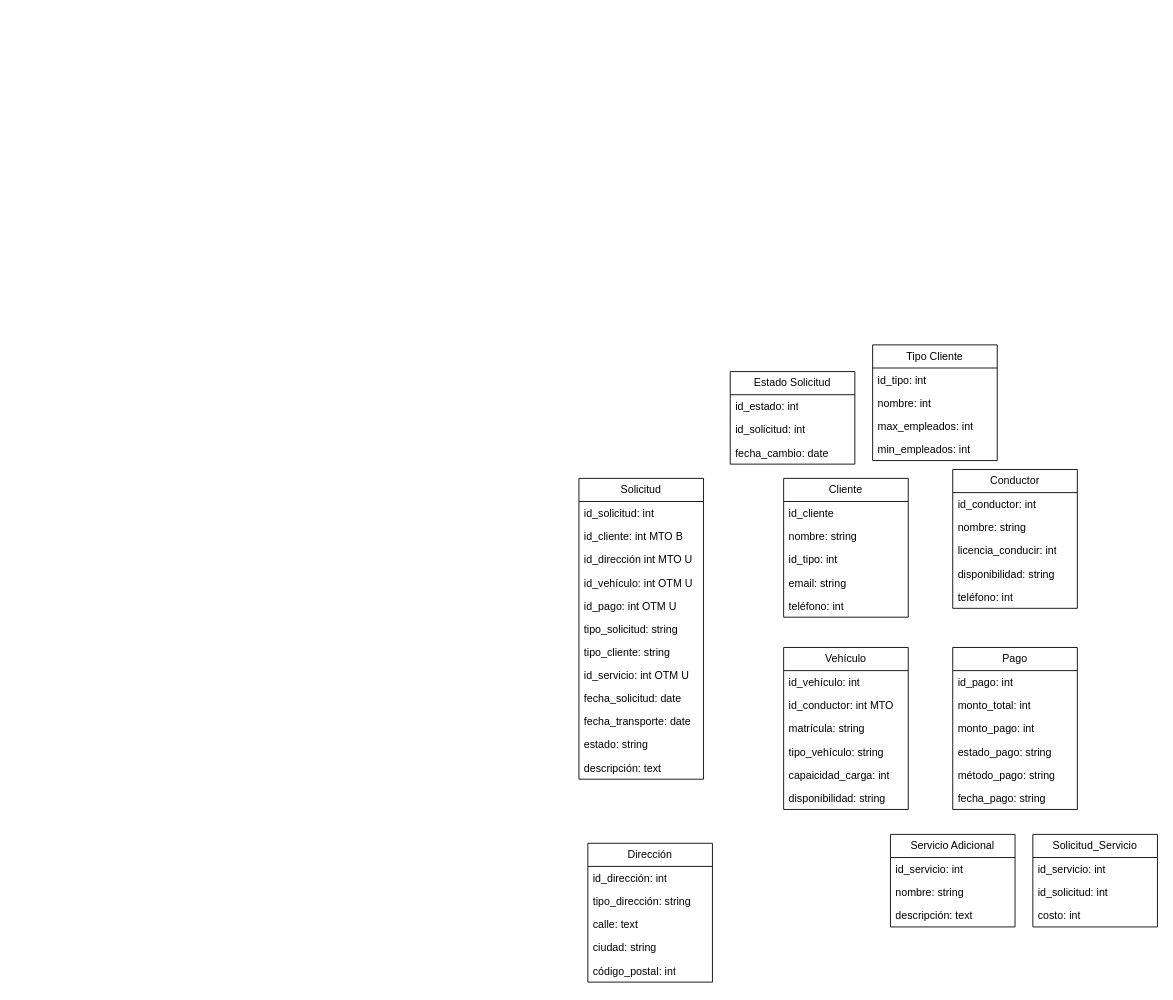
Earlier version of the draw.io diagram Fletered.drawio (Vedgge/WormSync). Source tidied: cells renumbered, new cells numbered last; positions are measured from the earlier drawing's top-left corner, leaving out a move shared by most shapes. Both pictures are drawn from the tidied source at 89%, with x=0, y=0 at pixel (578, 344).
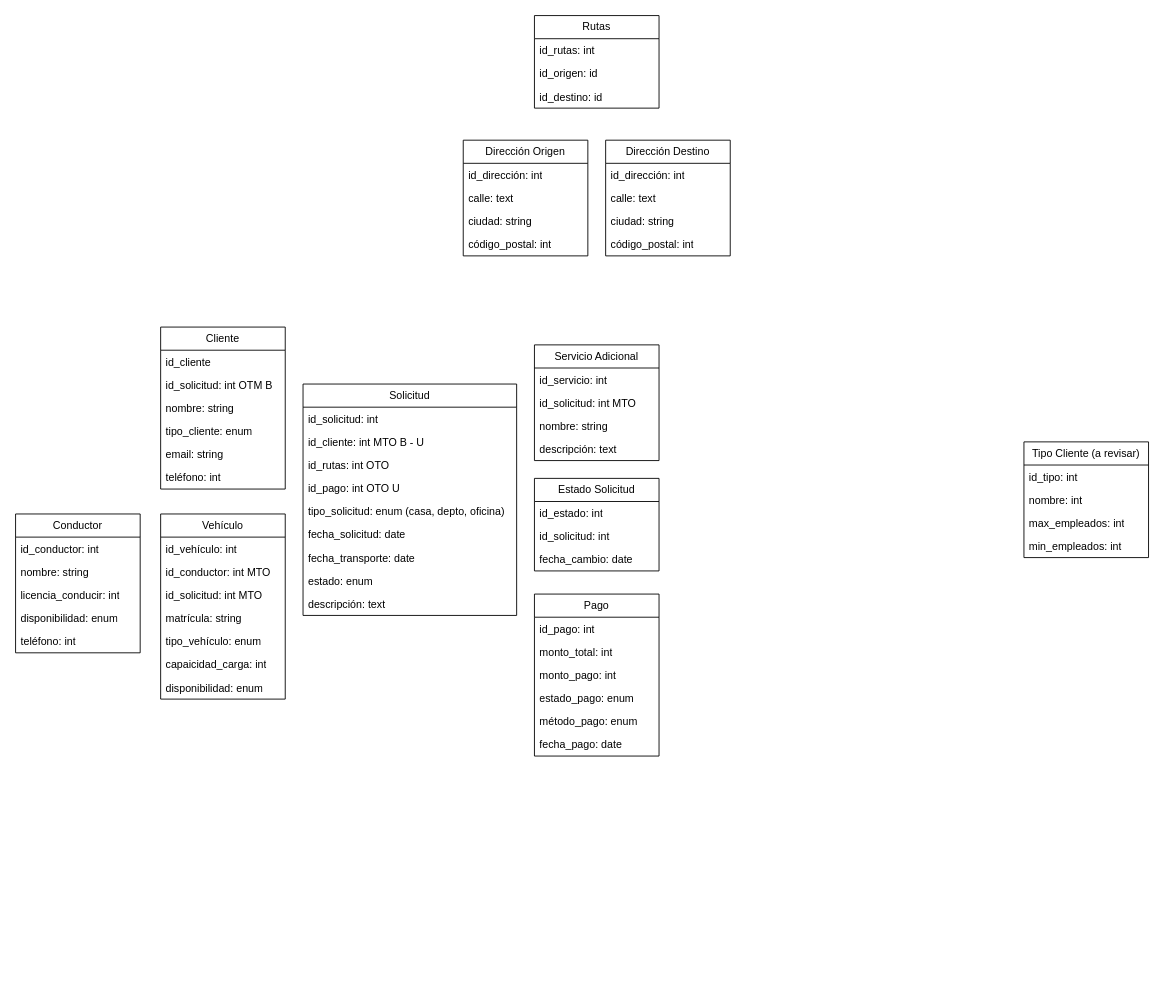
The same diagram, later.

Change to the diagram source:
```diff
@@
     <mxCell id="2" value="Solicitud" style="swimlane;fontStyle=0;horizontal=1;startSize=26;fillColor=none;whiteSpace=wrap;html=1;" parent="1" vertex="1">
-      <mxGeometry y="150" width="140" height="338" as="geometry" />
+      <mxGeometry x="-310" y="44" width="240" height="260" as="geometry" />
     </mxCell>
     <mxCell id="3" value="id_solicitud: int" style="text;strokeColor=none;fillColor=none;align=left;verticalAlign=top;spacingLeft=4;spacingRight=4;overflow=hidden;whiteSpace=wrap;html=1;" parent="2" vertex="1">
-      <mxGeometry y="26" width="140" height="26" as="geometry" />
+      <mxGeometry y="26" width="240" height="26" as="geometry" />
     </mxCell>
-    <mxCell id="4" value="id_cliente: int MTO B" style="text;strokeColor=none;fillColor=none;align=left;verticalAlign=top;spacingLeft=4;spacingRight=4;overflow=hidden;whiteSpace=wrap;html=1;" parent="2" vertex="1">
-      <mxGeometry y="52" width="140" height="26" as="geometry" />
+    <mxCell id="4" value="id_cliente: int MTO B - U" style="text;strokeColor=none;fillColor=none;align=left;verticalAlign=top;spacingLeft=4;spacingRight=4;overflow=hidden;whiteSpace=wrap;html=1;" parent="2" vertex="1">
+      <mxGeometry y="52" width="240" height="26" as="geometry" />
     </mxCell>
-    <mxCell id="5" value="id_dirección int MTO U" style="text;strokeColor=none;fillColor=none;align=left;verticalAlign=top;spacingLeft=4;spacingRight=4;overflow=hidden;whiteSpace=wrap;html=1;" parent="2" vertex="1">
-      <mxGeometry y="78" width="140" height="26" as="geometry" />
-    </mxCell>
-    <mxCell id="6" value="id_vehículo: int OTM U" style="text;strokeColor=none;fillColor=none;align=left;verticalAlign=top;spacingLeft=4;spacingRight=4;overflow=hidden;whiteSpace=wrap;html=1;" parent="2" vertex="1">
-      <mxGeometry y="104" width="140" height="26" as="geometry" />
-    </mxCell>
+    <mxCell id="64" value="id_rutas: int OTO" style="text;strokeColor=none;fillColor=none;align=left;verticalAlign=top;spacingLeft=4;spacingRight=4;overflow=hidden;whiteSpace=wrap;html=1;" parent="2" vertex="1">
+      <mxGeometry y="78" width="240" height="26" as="geometry" />
+    </mxCell>
-    <mxCell id="7" value="id_pago: int OTM U" style="text;strokeColor=none;fillColor=none;align=left;verticalAlign=top;spacingLeft=4;spacingRight=4;overflow=hidden;whiteSpace=wrap;html=1;" parent="2" vertex="1">
-      <mxGeometry y="130" width="140" height="26" as="geometry" />
+    <mxCell id="7" value="id_pago: int OTO U" style="text;strokeColor=none;fillColor=none;align=left;verticalAlign=top;spacingLeft=4;spacingRight=4;overflow=hidden;whiteSpace=wrap;html=1;" parent="2" vertex="1">
+      <mxGeometry y="104" width="240" height="26" as="geometry" />
     </mxCell>
-    <mxCell id="8" value="tipo_solicitud: string" style="text;strokeColor=none;fillColor=none;align=left;verticalAlign=top;spacingLeft=4;spacingRight=4;overflow=hidden;whiteSpace=wrap;html=1;" parent="2" vertex="1">
-      <mxGeometry y="156" width="140" height="26" as="geometry" />
+    <mxCell id="8" value="tipo_solicitud: enum (casa, depto, oficina)" style="text;strokeColor=none;fillColor=none;align=left;verticalAlign=top;spacingLeft=4;spacingRight=4;overflow=hidden;whiteSpace=wrap;html=1;" parent="2" vertex="1">
+      <mxGeometry y="130" width="240" height="26" as="geometry" />
     </mxCell>
-    <mxCell id="9" value="tipo_cliente: string&amp;nbsp;" style="text;strokeColor=none;fillColor=none;align=left;verticalAlign=top;spacingLeft=4;spacingRight=4;overflow=hidden;whiteSpace=wrap;html=1;" parent="2" vertex="1">
-      <mxGeometry y="182" width="140" height="26" as="geometry" />
-    </mxCell>
-    <mxCell id="10" value="id_servicio: int OTM U" style="text;strokeColor=none;fillColor=none;align=left;verticalAlign=top;spacingLeft=4;spacingRight=4;overflow=hidden;whiteSpace=wrap;html=1;" parent="2" vertex="1">
-      <mxGeometry y="208" width="140" height="26" as="geometry" />
-    </mxCell>
     <mxCell id="11" value="fecha_solicitud: date" style="text;strokeColor=none;fillColor=none;align=left;verticalAlign=top;spacingLeft=4;spacingRight=4;overflow=hidden;whiteSpace=wrap;html=1;" parent="2" vertex="1">
-      <mxGeometry y="234" width="140" height="26" as="geometry" />
+      <mxGeometry y="156" width="240" height="26" as="geometry" />
     </mxCell>
     <mxCell id="12" value="fecha_transporte: date" style="text;strokeColor=none;fillColor=none;align=left;verticalAlign=top;spacingLeft=4;spacingRight=4;overflow=hidden;whiteSpace=wrap;html=1;" parent="2" vertex="1">
-      <mxGeometry y="260" width="140" height="26" as="geometry" />
+      <mxGeometry y="182" width="240" height="26" as="geometry" />
     </mxCell>
-    <mxCell id="13" value="estado: string" style="text;strokeColor=none;fillColor=none;align=left;verticalAlign=top;spacingLeft=4;spacingRight=4;overflow=hidden;whiteSpace=wrap;html=1;" parent="2" vertex="1">
-      <mxGeometry y="286" width="140" height="26" as="geometry" />
+    <mxCell id="13" value="estado: enum" style="text;strokeColor=none;fillColor=none;align=left;verticalAlign=top;spacingLeft=4;spacingRight=4;overflow=hidden;whiteSpace=wrap;html=1;" parent="2" vertex="1">
+      <mxGeometry y="208" width="240" height="26" as="geometry" />
     </mxCell>
     <mxCell id="14" value="descripción: text" style="text;strokeColor=none;fillColor=none;align=left;verticalAlign=top;spacingLeft=4;spacingRight=4;overflow=hidden;whiteSpace=wrap;html=1;" parent="2" vertex="1">
-      <mxGeometry y="312" width="140" height="26" as="geometry" />
+      <mxGeometry y="234" width="240" height="26" as="geometry" />
     </mxCell>
     <mxCell id="15" value="Cliente" style="swimlane;fontStyle=0;horizontal=1;startSize=26;fillColor=none;whiteSpace=wrap;html=1;" parent="1" vertex="1">
-      <mxGeometry x="230" y="150" width="140" height="156" as="geometry" />
+      <mxGeometry x="-470" y="-20" width="140" height="182" as="geometry" />
     </mxCell>
+    <mxCell id="65" value="id_cliente" style="text;strokeColor=none;fillColor=none;align=left;verticalAlign=top;spacingLeft=4;spacingRight=4;overflow=hidden;whiteSpace=wrap;html=1;" parent="15" vertex="1">
+      <mxGeometry y="26" width="140" height="26" as="geometry" />
+    </mxCell>
-    <mxCell id="16" value="id_cliente" style="text;strokeColor=none;fillColor=none;align=left;verticalAlign=top;spacingLeft=4;spacingRight=4;overflow=hidden;whiteSpace=wrap;html=1;" parent="15" vertex="1">
-      <mxGeometry y="26" width="140" height="26" as="geometry" />
+    <mxCell id="16" value="id_solicitud: int OTM B" style="text;strokeColor=none;fillColor=none;align=left;verticalAlign=top;spacingLeft=4;spacingRight=4;overflow=hidden;whiteSpace=wrap;html=1;" parent="15" vertex="1">
+      <mxGeometry y="52" width="140" height="26" as="geometry" />
     </mxCell>
     <mxCell id="17" value="nombre: string" style="text;strokeColor=none;fillColor=none;align=left;verticalAlign=top;spacingLeft=4;spacingRight=4;overflow=hidden;whiteSpace=wrap;html=1;" parent="15" vertex="1">
-      <mxGeometry y="52" width="140" height="26" as="geometry" />
+      <mxGeometry y="78" width="140" height="26" as="geometry" />
     </mxCell>
-    <mxCell id="18" value="id_tipo: int" style="text;strokeColor=none;fillColor=none;align=left;verticalAlign=top;spacingLeft=4;spacingRight=4;overflow=hidden;whiteSpace=wrap;html=1;" parent="15" vertex="1">
-      <mxGeometry y="78" width="140" height="26" as="geometry" />
+    <mxCell id="18" value="tipo_cliente: enum" style="text;strokeColor=none;fillColor=none;align=left;verticalAlign=top;spacingLeft=4;spacingRight=4;overflow=hidden;whiteSpace=wrap;html=1;" parent="15" vertex="1">
+      <mxGeometry y="104" width="140" height="26" as="geometry" />
     </mxCell>
     <mxCell id="19" value="email: string" style="text;strokeColor=none;fillColor=none;align=left;verticalAlign=top;spacingLeft=4;spacingRight=4;overflow=hidden;whiteSpace=wrap;html=1;" parent="15" vertex="1">
-      <mxGeometry y="104" width="140" height="26" as="geometry" />
+      <mxGeometry y="130" width="140" height="26" as="geometry" />
     </mxCell>
     <mxCell id="20" value="teléfono: int" style="text;strokeColor=none;fillColor=none;align=left;verticalAlign=top;spacingLeft=4;spacingRight=4;overflow=hidden;whiteSpace=wrap;html=1;" parent="15" vertex="1">
-      <mxGeometry y="130" width="140" height="26" as="geometry" />
+      <mxGeometry y="156" width="140" height="26" as="geometry" />
     </mxCell>
     <mxCell id="21" value="Conductor" style="swimlane;fontStyle=0;horizontal=1;startSize=26;fillColor=none;whiteSpace=wrap;html=1;" parent="1" vertex="1">
-      <mxGeometry x="420" y="140" width="140" height="156" as="geometry" />
+      <mxGeometry x="-633" y="190" width="140" height="156" as="geometry" />
     </mxCell>
@@
-    <mxCell id="25" value="disponibilidad: string" style="text;strokeColor=none;fillColor=none;align=left;verticalAlign=top;spacingLeft=4;spacingRight=4;overflow=hidden;whiteSpace=wrap;html=1;" parent="21" vertex="1">
+    <mxCell id="25" value="disponibilidad: enum" style="text;strokeColor=none;fillColor=none;align=left;verticalAlign=top;spacingLeft=4;spacingRight=4;overflow=hidden;whiteSpace=wrap;html=1;" parent="21" vertex="1">
       <mxGeometry y="104" width="140" height="26" as="geometry" />
     </mxCell>
@@
     <mxCell id="27" value="Vehículo" style="swimlane;fontStyle=0;horizontal=1;startSize=26;fillColor=none;whiteSpace=wrap;html=1;" parent="1" vertex="1">
-      <mxGeometry x="230" y="340" width="140" height="182" as="geometry" />
+      <mxGeometry x="-470" y="190" width="140" height="208" as="geometry" />
     </mxCell>
@@
+    <mxCell id="66" value="id_conductor: int MTO" style="text;strokeColor=none;fillColor=none;align=left;verticalAlign=top;spacingLeft=4;spacingRight=4;overflow=hidden;whiteSpace=wrap;html=1;" parent="27" vertex="1">
+      <mxGeometry y="52" width="140" height="26" as="geometry" />
+    </mxCell>
-    <mxCell id="29" value="id_conductor: int MTO" style="text;strokeColor=none;fillColor=none;align=left;verticalAlign=top;spacingLeft=4;spacingRight=4;overflow=hidden;whiteSpace=wrap;html=1;" parent="27" vertex="1">
-      <mxGeometry y="52" width="140" height="26" as="geometry" />
+    <mxCell id="29" value="id_solicitud: int MTO" style="text;strokeColor=none;fillColor=none;align=left;verticalAlign=top;spacingLeft=4;spacingRight=4;overflow=hidden;whiteSpace=wrap;html=1;" parent="27" vertex="1">
+      <mxGeometry y="78" width="140" height="26" as="geometry" />
     </mxCell>
     <mxCell id="30" value="matrícula: string" style="text;strokeColor=none;fillColor=none;align=left;verticalAlign=top;spacingLeft=4;spacingRight=4;overflow=hidden;whiteSpace=wrap;html=1;" parent="27" vertex="1">
-      <mxGeometry y="78" width="140" height="26" as="geometry" />
+      <mxGeometry y="104" width="140" height="26" as="geometry" />
     </mxCell>
-    <mxCell id="31" value="tipo_vehículo: string" style="text;strokeColor=none;fillColor=none;align=left;verticalAlign=top;spacingLeft=4;spacingRight=4;overflow=hidden;whiteSpace=wrap;html=1;" parent="27" vertex="1">
-      <mxGeometry y="104" width="140" height="26" as="geometry" />
+    <mxCell id="31" value="tipo_vehículo: enum" style="text;strokeColor=none;fillColor=none;align=left;verticalAlign=top;spacingLeft=4;spacingRight=4;overflow=hidden;whiteSpace=wrap;html=1;" parent="27" vertex="1">
+      <mxGeometry y="130" width="140" height="26" as="geometry" />
     </mxCell>
     <mxCell id="32" value="capaicidad_carga: int" style="text;strokeColor=none;fillColor=none;align=left;verticalAlign=top;spacingLeft=4;spacingRight=4;overflow=hidden;whiteSpace=wrap;html=1;" parent="27" vertex="1">
-      <mxGeometry y="130" width="140" height="26" as="geometry" />
+      <mxGeometry y="156" width="140" height="26" as="geometry" />
     </mxCell>
-    <mxCell id="33" value="disponibilidad: string" style="text;strokeColor=none;fillColor=none;align=left;verticalAlign=top;spacingLeft=4;spacingRight=4;overflow=hidden;whiteSpace=wrap;html=1;" parent="27" vertex="1">
-      <mxGeometry y="156" width="140" height="26" as="geometry" />
+    <mxCell id="33" value="disponibilidad: enum" style="text;strokeColor=none;fillColor=none;align=left;verticalAlign=top;spacingLeft=4;spacingRight=4;overflow=hidden;whiteSpace=wrap;html=1;" parent="27" vertex="1">
+      <mxGeometry y="182" width="140" height="26" as="geometry" />
     </mxCell>
     <mxCell id="34" value="Pago" style="swimlane;fontStyle=0;horizontal=1;startSize=26;fillColor=none;whiteSpace=wrap;html=1;" parent="1" vertex="1">
-      <mxGeometry x="420" y="340" width="140" height="182" as="geometry" />
+      <mxGeometry x="-50" y="280" width="140" height="182" as="geometry" />
     </mxCell>
@@
-    <mxCell id="38" value="estado_pago: string" style="text;strokeColor=none;fillColor=none;align=left;verticalAlign=top;spacingLeft=4;spacingRight=4;overflow=hidden;whiteSpace=wrap;html=1;" parent="34" vertex="1">
+    <mxCell id="38" value="estado_pago: enum" style="text;strokeColor=none;fillColor=none;align=left;verticalAlign=top;spacingLeft=4;spacingRight=4;overflow=hidden;whiteSpace=wrap;html=1;" parent="34" vertex="1">
       <mxGeometry y="104" width="140" height="26" as="geometry" />
     </mxCell>
-    <mxCell id="39" value="método_pago: string" style="text;strokeColor=none;fillColor=none;align=left;verticalAlign=top;spacingLeft=4;spacingRight=4;overflow=hidden;whiteSpace=wrap;html=1;" parent="34" vertex="1">
+    <mxCell id="39" value="método_pago: enum" style="text;strokeColor=none;fillColor=none;align=left;verticalAlign=top;spacingLeft=4;spacingRight=4;overflow=hidden;whiteSpace=wrap;html=1;" parent="34" vertex="1">
       <mxGeometry y="130" width="140" height="26" as="geometry" />
     </mxCell>
-    <mxCell id="40" value="fecha_pago: string" style="text;strokeColor=none;fillColor=none;align=left;verticalAlign=top;spacingLeft=4;spacingRight=4;overflow=hidden;whiteSpace=wrap;html=1;" parent="34" vertex="1">
+    <mxCell id="40" value="fecha_pago: date" style="text;strokeColor=none;fillColor=none;align=left;verticalAlign=top;spacingLeft=4;spacingRight=4;overflow=hidden;whiteSpace=wrap;html=1;" parent="34" vertex="1">
       <mxGeometry y="156" width="140" height="26" as="geometry" />
     </mxCell>
     <mxCell id="41" value="Servicio Adicional" style="swimlane;fontStyle=0;horizontal=1;startSize=26;fillColor=none;whiteSpace=wrap;html=1;" parent="1" vertex="1">
-      <mxGeometry x="350" y="550" width="140" height="104" as="geometry" />
+      <mxGeometry x="-50" width="140" height="130" as="geometry" />
     </mxCell>
@@
+    <mxCell id="67" value="id_solicitud: int MTO" style="text;strokeColor=none;fillColor=none;align=left;verticalAlign=top;spacingLeft=4;spacingRight=4;overflow=hidden;whiteSpace=wrap;html=1;" parent="41" vertex="1">
+      <mxGeometry y="52" width="140" height="26" as="geometry" />
+    </mxCell>
     <mxCell id="43" value="nombre: string" style="text;strokeColor=none;fillColor=none;align=left;verticalAlign=top;spacingLeft=4;spacingRight=4;overflow=hidden;whiteSpace=wrap;html=1;" parent="41" vertex="1">
-      <mxGeometry y="52" width="140" height="26" as="geometry" />
+      <mxGeometry y="78" width="140" height="26" as="geometry" />
     </mxCell>
     <mxCell id="44" value="descripción: text" style="text;strokeColor=none;fillColor=none;align=left;verticalAlign=top;spacingLeft=4;spacingRight=4;overflow=hidden;whiteSpace=wrap;html=1;" parent="41" vertex="1">
-      <mxGeometry y="78" width="140" height="26" as="geometry" />
+      <mxGeometry y="104" width="140" height="26" as="geometry" />
     </mxCell>
-    <mxCell id="45" value="Dirección" style="swimlane;fontStyle=0;horizontal=1;startSize=26;fillColor=none;whiteSpace=wrap;html=1;" parent="1" vertex="1">
-      <mxGeometry x="10" y="560" width="140" height="156" as="geometry" />
+    <mxCell id="45" value="Dirección Origen" style="swimlane;fontStyle=0;horizontal=1;startSize=26;fillColor=none;whiteSpace=wrap;html=1;" parent="1" vertex="1">
+      <mxGeometry x="-130" y="-230" width="140" height="130" as="geometry" />
     </mxCell>
@@
-    <mxCell id="47" value="tipo_dirección: string" style="text;strokeColor=none;fillColor=none;align=left;verticalAlign=top;spacingLeft=4;spacingRight=4;overflow=hidden;whiteSpace=wrap;html=1;" parent="45" vertex="1">
-      <mxGeometry y="52" width="140" height="26" as="geometry" />
-    </mxCell>
     <mxCell id="48" value="calle: text" style="text;strokeColor=none;fillColor=none;align=left;verticalAlign=top;spacingLeft=4;spacingRight=4;overflow=hidden;whiteSpace=wrap;html=1;" parent="45" vertex="1">
-      <mxGeometry y="78" width="140" height="26" as="geometry" />
+      <mxGeometry y="52" width="140" height="26" as="geometry" />
     </mxCell>
     <mxCell id="49" value="ciudad: string" style="text;strokeColor=none;fillColor=none;align=left;verticalAlign=top;spacingLeft=4;spacingRight=4;overflow=hidden;whiteSpace=wrap;html=1;" parent="45" vertex="1">
-      <mxGeometry y="104" width="140" height="26" as="geometry" />
+      <mxGeometry y="78" width="140" height="26" as="geometry" />
     </mxCell>
     <mxCell id="50" value="código_postal: int" style="text;strokeColor=none;fillColor=none;align=left;verticalAlign=top;spacingLeft=4;spacingRight=4;overflow=hidden;whiteSpace=wrap;html=1;" parent="45" vertex="1">
-      <mxGeometry y="130" width="140" height="26" as="geometry" />
+      <mxGeometry y="104" width="140" height="26" as="geometry" />
     </mxCell>
-    <mxCell id="51" value="Solicitud_Servicio" style="swimlane;fontStyle=0;horizontal=1;startSize=26;fillColor=none;whiteSpace=wrap;html=1;" parent="1" vertex="1">
-      <mxGeometry x="510" y="550" width="140" height="104" as="geometry" />
-    </mxCell>
-    <mxCell id="52" value="id_servicio: int" style="text;strokeColor=none;fillColor=none;align=left;verticalAlign=top;spacingLeft=4;spacingRight=4;overflow=hidden;whiteSpace=wrap;html=1;" parent="51" vertex="1">
-      <mxGeometry y="26" width="140" height="26" as="geometry" />
-    </mxCell>
-    <mxCell id="53" value="id_solicitud: int" style="text;strokeColor=none;fillColor=none;align=left;verticalAlign=top;spacingLeft=4;spacingRight=4;overflow=hidden;whiteSpace=wrap;html=1;" parent="51" vertex="1">
-      <mxGeometry y="52" width="140" height="26" as="geometry" />
-    </mxCell>
-    <mxCell id="54" value="costo: int" style="text;strokeColor=none;fillColor=none;align=left;verticalAlign=top;spacingLeft=4;spacingRight=4;overflow=hidden;whiteSpace=wrap;html=1;" parent="51" vertex="1">
-      <mxGeometry y="78" width="140" height="26" as="geometry" />
-    </mxCell>
     <mxCell id="55" value="Estado Solicitud" style="swimlane;fontStyle=0;horizontal=1;startSize=26;fillColor=none;whiteSpace=wrap;html=1;" parent="1" vertex="1">
-      <mxGeometry x="170" y="30" width="140" height="104" as="geometry" />
+      <mxGeometry x="-50" y="150" width="140" height="104" as="geometry" />
     </mxCell>
@@
-    <mxCell id="59" value="Tipo Cliente" style="swimlane;fontStyle=0;horizontal=1;startSize=26;fillColor=none;whiteSpace=wrap;html=1;" parent="1" vertex="1">
-      <mxGeometry x="330" width="140" height="130" as="geometry" />
+    <mxCell id="59" value="Tipo Cliente (a revisar)" style="swimlane;fontStyle=0;horizontal=1;startSize=26;fillColor=none;whiteSpace=wrap;html=1;" parent="1" vertex="1">
+      <mxGeometry x="500" y="109" width="140" height="130" as="geometry" />
     </mxCell>
@@
+    <mxCell id="68" value="Rutas" style="swimlane;fontStyle=0;horizontal=1;startSize=26;fillColor=none;whiteSpace=wrap;html=1;" parent="1" vertex="1">
+      <mxGeometry x="-50" y="-370" width="140" height="104" as="geometry" />
+    </mxCell>
+    <mxCell id="69" value="id_rutas: int&amp;nbsp;" style="text;strokeColor=none;fillColor=none;align=left;verticalAlign=top;spacingLeft=4;spacingRight=4;overflow=hidden;whiteSpace=wrap;html=1;" parent="68" vertex="1">
+      <mxGeometry y="26" width="140" height="26" as="geometry" />
+    </mxCell>
+    <mxCell id="70" value="id_origen: id" style="text;strokeColor=none;fillColor=none;align=left;verticalAlign=top;spacingLeft=4;spacingRight=4;overflow=hidden;whiteSpace=wrap;html=1;" parent="68" vertex="1">
+      <mxGeometry y="52" width="140" height="26" as="geometry" />
+    </mxCell>
+    <mxCell id="71" value="id_destino: id" style="text;strokeColor=none;fillColor=none;align=left;verticalAlign=top;spacingLeft=4;spacingRight=4;overflow=hidden;whiteSpace=wrap;html=1;" parent="68" vertex="1">
+      <mxGeometry y="78" width="140" height="26" as="geometry" />
+    </mxCell>
+    <mxCell id="72" value="Dirección Destino" style="swimlane;fontStyle=0;horizontal=1;startSize=26;fillColor=none;whiteSpace=wrap;html=1;" parent="1" vertex="1">
+      <mxGeometry x="30" y="-230" width="140" height="130" as="geometry" />
+    </mxCell>
+    <mxCell id="73" value="id_dirección: int" style="text;strokeColor=none;fillColor=none;align=left;verticalAlign=top;spacingLeft=4;spacingRight=4;overflow=hidden;whiteSpace=wrap;html=1;" parent="72" vertex="1">
+      <mxGeometry y="26" width="140" height="26" as="geometry" />
+    </mxCell>
+    <mxCell id="74" value="calle: text" style="text;strokeColor=none;fillColor=none;align=left;verticalAlign=top;spacingLeft=4;spacingRight=4;overflow=hidden;whiteSpace=wrap;html=1;" parent="72" vertex="1">
+      <mxGeometry y="52" width="140" height="26" as="geometry" />
+    </mxCell>
+    <mxCell id="75" value="ciudad: string" style="text;strokeColor=none;fillColor=none;align=left;verticalAlign=top;spacingLeft=4;spacingRight=4;overflow=hidden;whiteSpace=wrap;html=1;" parent="72" vertex="1">
+      <mxGeometry y="78" width="140" height="26" as="geometry" />
+    </mxCell>
+    <mxCell id="76" value="código_postal: int" style="text;strokeColor=none;fillColor=none;align=left;verticalAlign=top;spacingLeft=4;spacingRight=4;overflow=hidden;whiteSpace=wrap;html=1;" parent="72" vertex="1">
+      <mxGeometry y="104" width="140" height="26" as="geometry" />
+    </mxCell>
```
